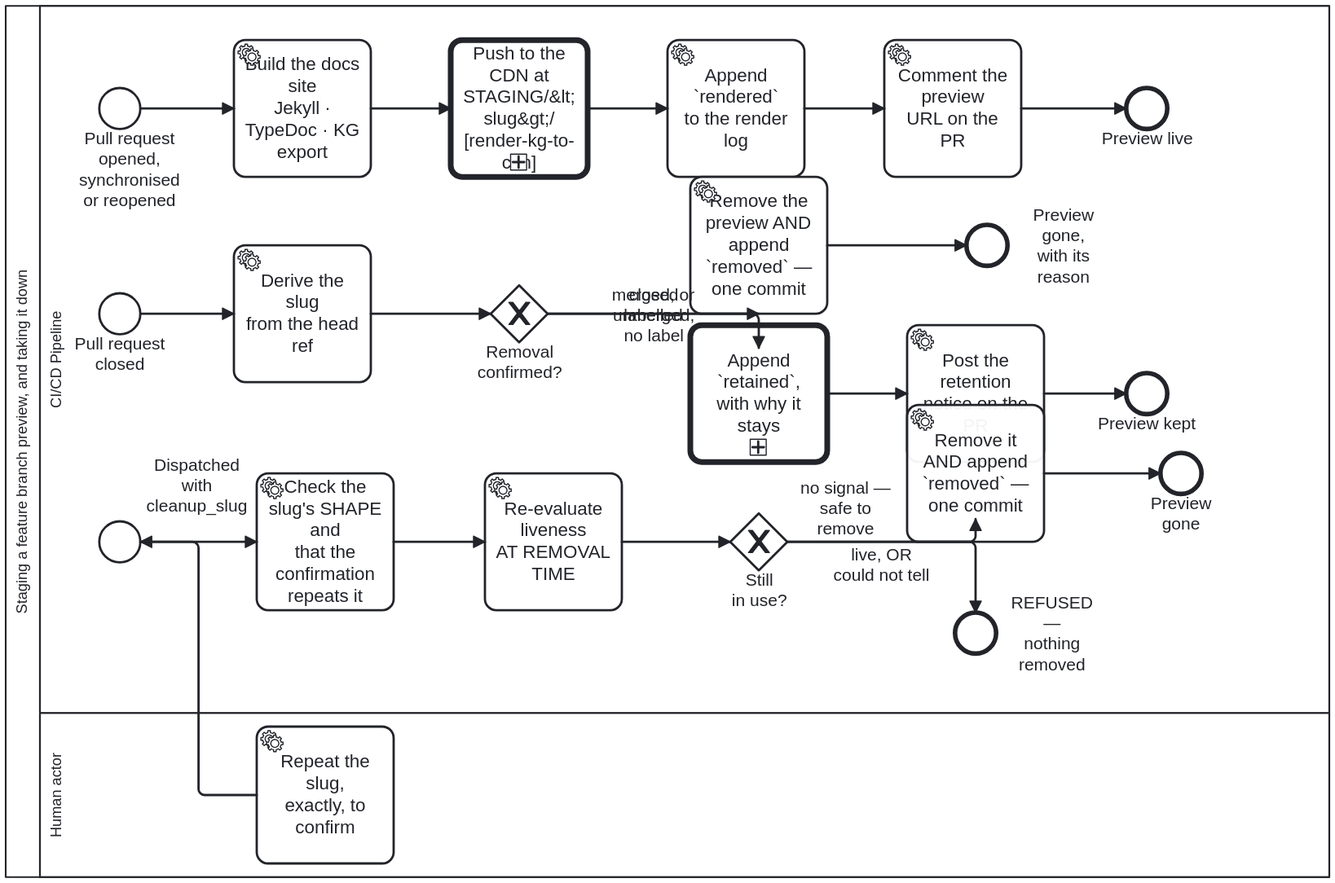
This is docs/assets/img/workflows/feature-staging.svg from litlfred/cat-harness, a BPMN export, as it was before one commit. Its source is kept beside it as processes/sdlc/feature-staging.bpmn. Ids are renumbered.
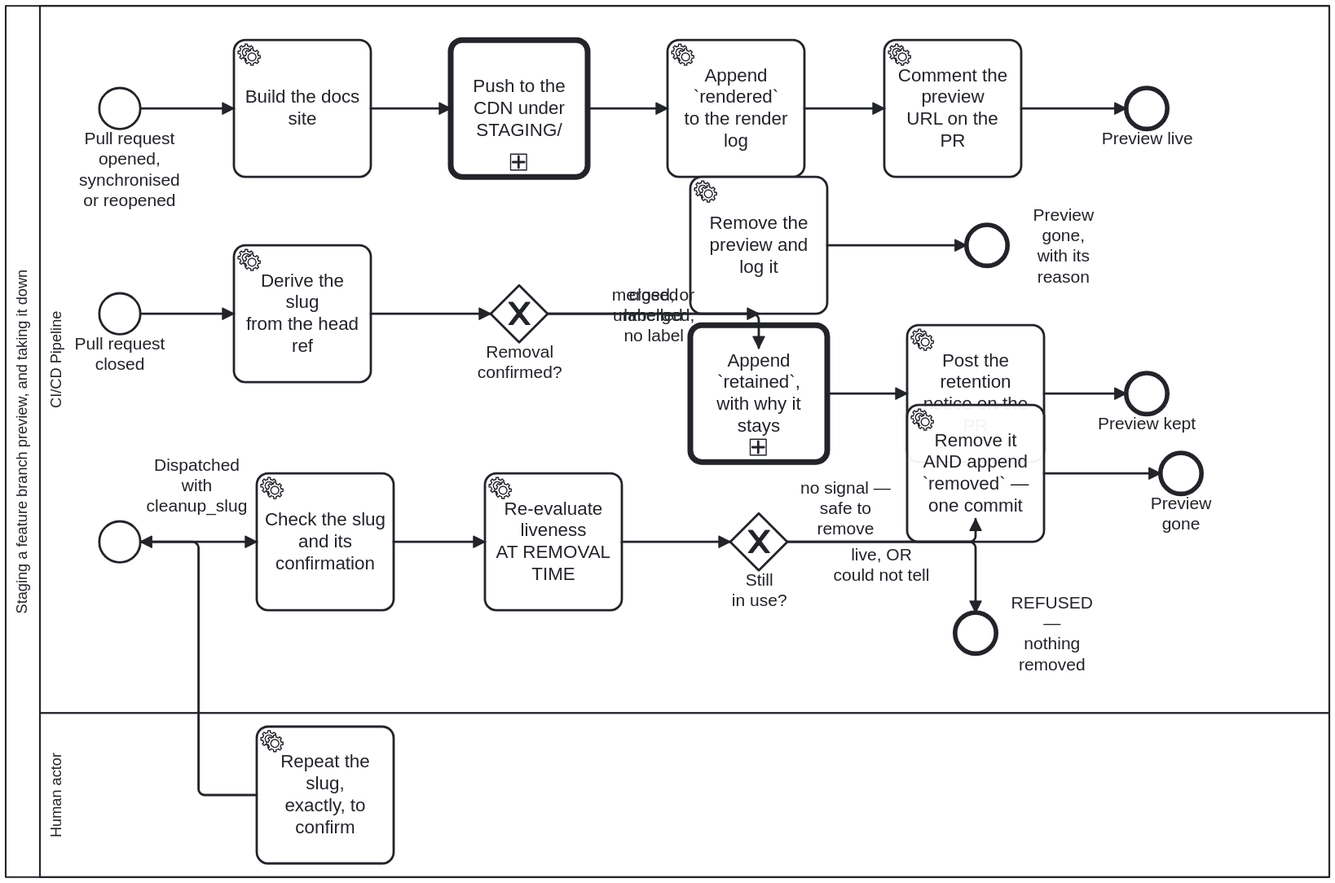
The same file after the commit.

Change to the diagram source:
```diff
@@ -60,7 +60,7 @@
     <bpmn:startEvent id="Start_PR" name="Pull request opened,&#10;synchronised or reopened">
       <bpmn:outgoing>Flow_0</bpmn:outgoing>
     </bpmn:startEvent>
-    <bpmn:serviceTask id="Task_Build" name="Build the docs site&#10;Jekyll · TypeDoc · KG export">
+    <bpmn:serviceTask id="Task_Build" name="Build the docs site">
       <bpmn:documentation>Build the preview from the PR's head: regenerate the generated docs, trim what this preview does not need, render the BPMN diagrams, then Jekyll, TypeDoc and the knowledge-graph export, with the staging banner and SEO identity claims stripped.</bpmn:documentation>
       <bpmn:extensionElements>
         <bootstrap.processes:skill ref="feature-staging"/>
@@ -68,7 +68,7 @@
       <bpmn:incoming>Flow_0</bpmn:incoming>
       <bpmn:outgoing>Flow_1</bpmn:outgoing>
     </bpmn:serviceTask>
-    <bpmn:callActivity id="Task_Deploy" name="Push to the CDN at&#10;STAGING/&amp;lt;slug&amp;gt;/&#10;[render-kg-to-cdn]" calledElement="Process_RenderKgToCdn">
+    <bpmn:callActivity id="Task_Deploy" name="Push to the CDN under STAGING/" calledElement="Process_RenderKgToCdn">
       <bpmn:documentation>A PREVIEW IS THE GENERAL STEP WITH A DIFFERENT ROOT (owner, 2026-09-30: &quot;independent of staging vs publication … just rendering&quot;). Process_RenderKgToCdn, entered with the tree Task_Build rendered, `STAGING/&lt;slug&gt;/` under the site root as the publication root URL, and GitHub Pages as the target, so its `gh-pages` Tool pushes. For this target the push is `keep_files: true` with a `destination_dir`, so it adds one directory beside whatever else is on the branch; it is also RETRIED once: five other workflows push to `gh-pages` without joining this one's concurrency group, and a queue does not help because GitHub CANCELS a pending job when a newer one arrives for the same group rather than queueing it. Measured 2026-09-19: three staging runs from three different branches inside 17 seconds, two cancelled. The call returns the push's status and message; the render log and the PR comment that follow are this process's own. THE PREVIEW CAP rides in the same commit (owner ruling 2026-10-02, issue #1868: &quot;cap the maximum number of previews (&lt;= 10) and rotate old ones off&quot;, amended 2026-10-04 to a SIZE budget: &quot;Cap by size, not count&quot;, &quot;3gb&quot;): `staging-rotate.ts` keeps this preview plus the most recently updated others while their total fits MAX_PREVIEW_BYTES = 3 GB and removes the rest, oldest first, each with a `removed` render-log entry and its record retired into STAGING/_retired/. Every push attempt re-reads `gh-pages` and re-decides rather than rebasing, so a lost race never pushes a stale removal. A rotated-off preview is regenerated by the next push to its PR branch.</bpmn:documentation>
       <bpmn:extensionElements>
         <bootstrap.processes:skill ref="render-kg-to-cdn"/>
@@ -114,7 +114,7 @@
       <bpmn:outgoing>Flow_7</bpmn:outgoing>
       <bpmn:outgoing>Flow_9</bpmn:outgoing>
     </bpmn:exclusiveGateway>
-    <bpmn:serviceTask id="Task_Remove" name="Remove the preview AND&#10;append `removed` — one commit">
+    <bpmn:serviceTask id="Task_Remove" name="Remove the preview and log it">
       <bpmn:documentation>ONE COMMIT for the removal and its record. A separate log push can fail on its own and leave a preview that vanished with nothing saying why — which is the exact state bean `plj1` left the branch in. `render-log.ts` refuses a `removed` entry with no reason, so this step fails loudly rather than writing a record that says an artefact went and not why.</bpmn:documentation>
       <bpmn:extensionElements>
         <bootstrap.processes:skill ref="deletion-requires-confirmation"/>
@@ -144,7 +144,7 @@
       <bpmn:incoming>Flow_18</bpmn:incoming>
       <bpmn:outgoing>Flow_12</bpmn:outgoing>
     </bpmn:startEvent>
-    <bpmn:serviceTask id="Task_Validate" name="Check the slug's SHAPE and&#10;that the confirmation repeats it">
+    <bpmn:serviceTask id="Task_Validate" name="Check the slug and its confirmation">
       <bpmn:documentation>Guarded three ways because a dispatch input is a DELETION TRIGGER. `workflow_dispatch` is available only to an actor with write access; the slug must match exactly the characters the sed pipeline can produce, with `.` and `..` refused by name; and the confirmation must repeat the slug, so a confirmation cannot be carried over from an earlier run against a different preview.</bpmn:documentation>
       <bpmn:extensionElements>
         <bootstrap.processes:skill ref="deletion-requires-confirmation"/>
```
